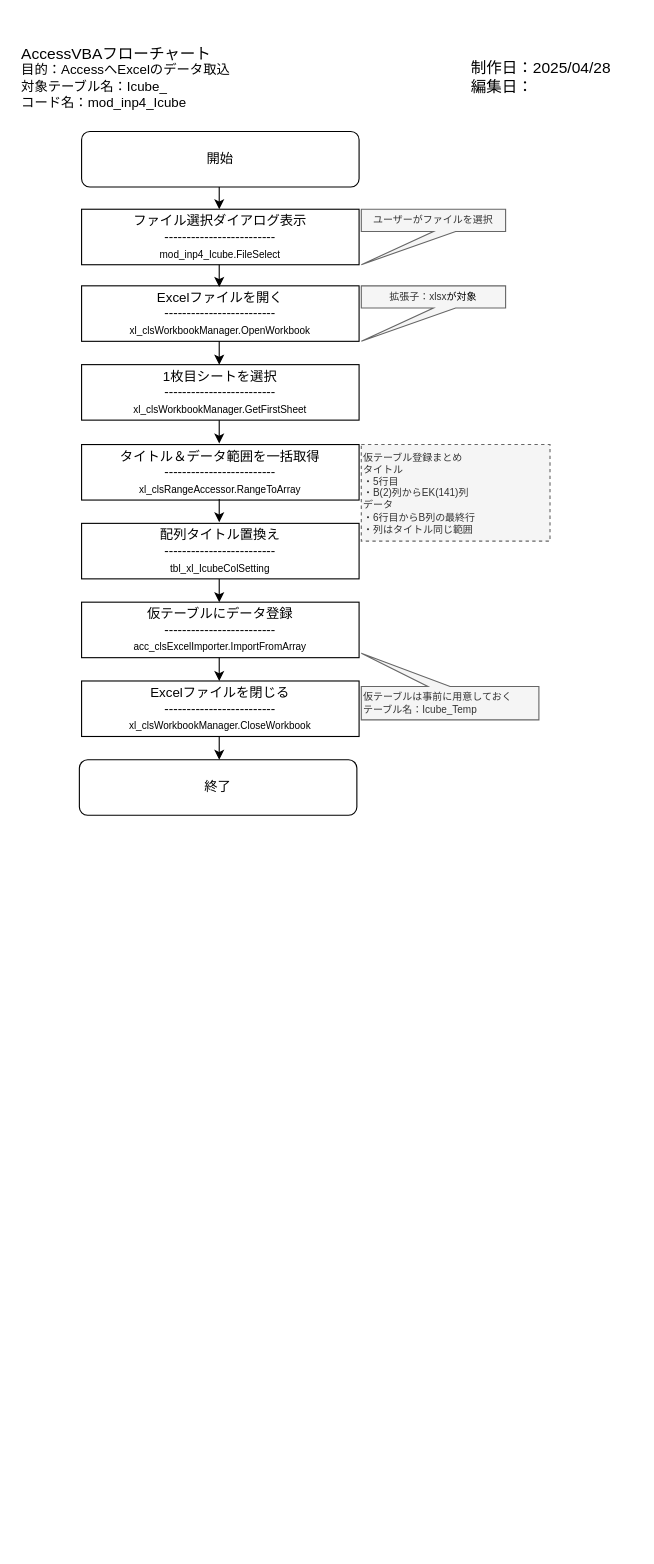
EZsystem/draw keeps this draw.io diagram as acc_Icube_xlImprt.drawio. Above is the earlier version. Source tidied: cells renumbered, new cells numbered last; positions are measured from the earlier drawing's top-left corner, leaving out a move shared by most shapes. Both pictures are drawn from the tidied source at 111%, with x=0, y=0 at pixel (19, 38).
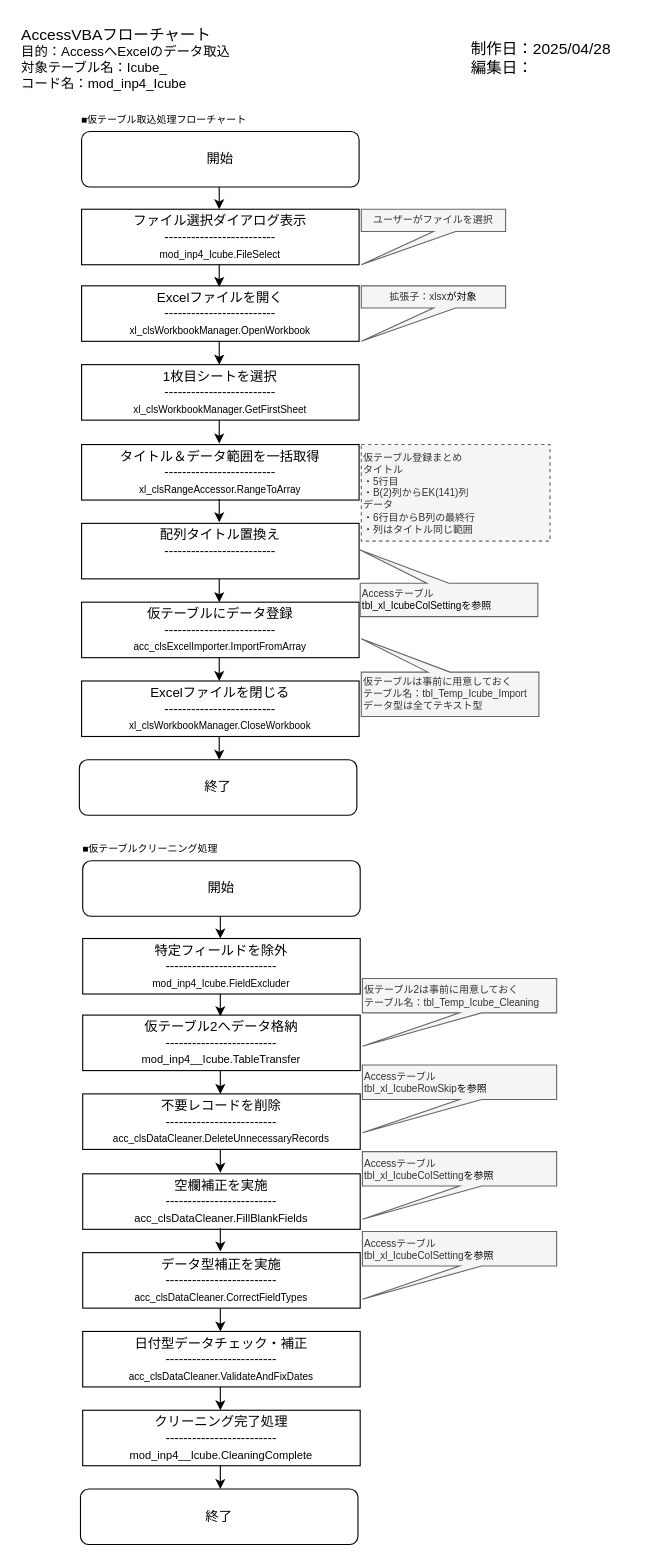
Above is the later version.

What changed in the source:
```diff
@@
+    <mxCell id="20" value="&lt;div&gt;&lt;font style=&quot;font-size: 14px;&quot;&gt;AccessVBAフローチャート&lt;/font&gt;&lt;/div&gt;目的：AccessへExcelのデータ取込&lt;div&gt;対象テーブル名：Icube_&lt;/div&gt;&lt;div&gt;コード名：mod_inp4_Icube&lt;/div&gt;" style="text;html=1;align=left;verticalAlign=middle;strokeColor=none;fillColor=none;" parent="1" vertex="1">
+      <mxGeometry y="-17" width="210" height="70" as="geometry" />
+    </mxCell>
+    <mxCell id="22" value="&lt;div&gt;&lt;span style=&quot;font-size: 14px;&quot;&gt;制作日：2025/04/28&lt;/span&gt;&lt;/div&gt;&lt;div&gt;&lt;span style=&quot;font-size: 14px;&quot;&gt;編集日：&lt;/span&gt;&lt;/div&gt;" style="text;html=1;align=left;verticalAlign=middle;strokeColor=none;fillColor=none;" parent="1" vertex="1">
+      <mxGeometry x="405" y="-7" width="150" height="50" as="geometry" />
+    </mxCell>
+    <mxCell id="25" value="開始" style="rounded=1;whiteSpace=wrap;html=1;" parent="1" vertex="1">
+      <mxGeometry x="57" y="741" width="250" height="50" as="geometry" />
+    </mxCell>
+    <mxCell id="26" value="&lt;div&gt;特定フィールドを除外&lt;/div&gt;&lt;div&gt;-------------------------&lt;/div&gt;&lt;div&gt;&lt;font style=&quot;font-size: 9px;&quot;&gt;mod_inp4_Icube.FieldExcluder&lt;/font&gt;&lt;/div&gt;" style="rounded=0;whiteSpace=wrap;html=1;" parent="1" vertex="1">
+      <mxGeometry x="57" y="811" width="250" height="50" as="geometry" />
+    </mxCell>
+    <mxCell id="27" value="&lt;div&gt;仮テーブル2へデータ格納&lt;/div&gt;&lt;div&gt;-------------------------&lt;/div&gt;&lt;div&gt;&lt;font size=&quot;1&quot;&gt;mod_inp4__Icube.TableTransfer&lt;/font&gt;&lt;/div&gt;" style="rounded=0;whiteSpace=wrap;html=1;" parent="1" vertex="1">
+      <mxGeometry x="57" y="880" width="250" height="50" as="geometry" />
+    </mxCell>
+    <mxCell id="28" value="&lt;div&gt;不要レコードを削除&lt;/div&gt;&lt;div&gt;-------------------------&lt;/div&gt;&lt;div&gt;&lt;font style=&quot;font-size: 9px;&quot;&gt;acc_clsDataCleaner.DeleteUnnecessaryRecords&lt;/font&gt;&lt;/div&gt;" style="rounded=0;whiteSpace=wrap;html=1;" parent="1" vertex="1">
+      <mxGeometry x="57" y="951" width="250" height="50" as="geometry" />
+    </mxCell>
+    <mxCell id="29" value="&lt;div&gt;空欄補正を実施&lt;/div&gt;&lt;div&gt;-------------------------&lt;/div&gt;&lt;div&gt;&lt;font size=&quot;1&quot;&gt;acc_clsDataCleaner.FillBlankFields&lt;/font&gt;&lt;/div&gt;" style="rounded=0;whiteSpace=wrap;html=1;" parent="1" vertex="1">
+      <mxGeometry x="57" y="1023" width="250" height="50" as="geometry" />
+    </mxCell>
+    <mxCell id="30" style="endArrow=classic;html=1;rounded=0;entryX=0.5;entryY=0;entryDx=0;entryDy=0;exitX=0.5;exitY=1;exitDx=0;exitDy=0;" parent="1" edge="1">
+      <mxGeometry relative="1" as="geometry">
+        <mxPoint x="181" y="861" as="sourcePoint" />
+        <mxPoint x="181" y="881" as="targetPoint" />
+      </mxGeometry>
+    </mxCell>
+    <mxCell id="31" value="&lt;div&gt;日付型データチェック・補正&lt;/div&gt;&lt;div&gt;&lt;span style=&quot;background-color: transparent; color: light-dark(rgb(0, 0, 0), rgb(255, 255, 255));&quot;&gt;-------------------------&lt;/span&gt;&lt;/div&gt;&lt;div&gt;&lt;font style=&quot;font-size: 9px;&quot;&gt;acc_clsDataCleaner.ValidateAndFixDates&lt;/font&gt;&lt;/div&gt;" style="rounded=0;whiteSpace=wrap;html=1;" parent="1" vertex="1">
+      <mxGeometry x="57" y="1165" width="250" height="50" as="geometry" />
+    </mxCell>
+    <mxCell id="32" value="&lt;div&gt;クリーニング完了処理&lt;/div&gt;&lt;div&gt;-------------------------&lt;/div&gt;&lt;div&gt;&lt;font size=&quot;1&quot;&gt;mod_inp4__Icube.CleaningComplete&lt;/font&gt;&lt;/div&gt;" style="rounded=0;whiteSpace=wrap;html=1;" parent="1" vertex="1">
+      <mxGeometry x="57" y="1236" width="250" height="50" as="geometry" />
+    </mxCell>
+    <mxCell id="33" value="終了" style="rounded=1;whiteSpace=wrap;html=1;" parent="1" vertex="1">
+      <mxGeometry x="55" y="1307" width="250" height="50" as="geometry" />
+    </mxCell>
+    <mxCell id="34" style="edgeStyle=orthogonalEdgeStyle;rounded=0;orthogonalLoop=1;jettySize=auto;html=1;" parent="1" edge="1">
+      <mxGeometry relative="1" as="geometry">
+        <mxPoint x="181" y="930" as="sourcePoint" />
+        <mxPoint x="181" y="951" as="targetPoint" />
+      </mxGeometry>
+    </mxCell>
+    <mxCell id="35" style="edgeStyle=orthogonalEdgeStyle;rounded=0;orthogonalLoop=1;jettySize=auto;html=1;" parent="1" edge="1">
+      <mxGeometry relative="1" as="geometry">
+        <mxPoint x="181" y="1001" as="sourcePoint" />
+        <mxPoint x="181" y="1022" as="targetPoint" />
+      </mxGeometry>
+    </mxCell>
+    <mxCell id="36" style="edgeStyle=orthogonalEdgeStyle;rounded=0;orthogonalLoop=1;jettySize=auto;html=1;" parent="1" edge="1">
+      <mxGeometry relative="1" as="geometry">
+        <mxPoint x="181" y="1144" as="sourcePoint" />
+        <mxPoint x="181" y="1165" as="targetPoint" />
+      </mxGeometry>
+    </mxCell>
+    <mxCell id="37" style="edgeStyle=orthogonalEdgeStyle;rounded=0;orthogonalLoop=1;jettySize=auto;html=1;" parent="1" edge="1">
+      <mxGeometry relative="1" as="geometry">
+        <mxPoint x="181" y="1215" as="sourcePoint" />
+        <mxPoint x="181" y="1236" as="targetPoint" />
+      </mxGeometry>
+    </mxCell>
+    <mxCell id="38" style="edgeStyle=orthogonalEdgeStyle;rounded=0;orthogonalLoop=1;jettySize=auto;html=1;" parent="1" edge="1">
+      <mxGeometry relative="1" as="geometry">
+        <mxPoint x="181" y="1286" as="sourcePoint" />
+        <mxPoint x="181" y="1307" as="targetPoint" />
+      </mxGeometry>
+    </mxCell>
+    <mxCell id="39" style="endArrow=classic;html=1;rounded=0;entryX=0.5;entryY=0;entryDx=0;entryDy=0;exitX=0.5;exitY=1;exitDx=0;exitDy=0;" parent="1" edge="1">
+      <mxGeometry relative="1" as="geometry">
+        <mxPoint x="181" y="791" as="sourcePoint" />
+        <mxPoint x="181" y="811" as="targetPoint" />
+      </mxGeometry>
+    </mxCell>
+    <mxCell id="40" value="&lt;div&gt;データ型補正を実施&lt;/div&gt;&lt;div&gt;-------------------------&lt;/div&gt;&lt;div&gt;&lt;font style=&quot;font-size: 9px;&quot;&gt;acc_clsDataCleaner.CorrectFieldTypes&lt;/font&gt;&lt;/div&gt;" style="rounded=0;whiteSpace=wrap;html=1;" parent="1" vertex="1">
+      <mxGeometry x="57" y="1094" width="250" height="50" as="geometry" />
+    </mxCell>
+    <mxCell id="41" style="edgeStyle=orthogonalEdgeStyle;rounded=0;orthogonalLoop=1;jettySize=auto;html=1;" parent="1" edge="1">
+      <mxGeometry relative="1" as="geometry">
+        <mxPoint x="181" y="1072" as="sourcePoint" />
+        <mxPoint x="181" y="1093" as="targetPoint" />
+      </mxGeometry>
+    </mxCell>
+    <mxCell id="42" value="&lt;div&gt;■仮テーブルクリーニング処理&lt;/div&gt;" style="text;html=1;align=left;verticalAlign=middle;strokeColor=none;fillColor=none;fontSize=9;" parent="1" vertex="1">
+      <mxGeometry x="55" y="721" width="150" height="20" as="geometry" />
+    </mxCell>
@@
-    <mxCell id="19" value="&lt;span&gt;仮テーブルは事前に用意しておく&lt;/span&gt;&lt;div&gt;&lt;span&gt;テーブル名：Icube_Temp&lt;/span&gt;&lt;/div&gt;" style="shape=callout;whiteSpace=wrap;html=1;perimeter=calloutPerimeter;position2=1;fillColor=#f5f5f5;strokeColor=#666666;direction=west;fontColor=#333333;fontSize=9;align=left;" parent="1" vertex="1">
-      <mxGeometry x="308" y="554" width="160" height="60" as="geometry" />
+    <mxCell id="19" value="&lt;span&gt;仮テーブルは事前に用意しておく&lt;/span&gt;&lt;div&gt;&lt;span&gt;テーブル名：&lt;/span&gt;&lt;span style=&quot;background-color: transparent;&quot;&gt;tbl_Temp_Icube_Import&lt;/span&gt;&lt;/div&gt;&lt;div&gt;データ型は全てテキスト型&lt;/div&gt;" style="shape=callout;whiteSpace=wrap;html=1;perimeter=calloutPerimeter;position2=1;fillColor=#f5f5f5;strokeColor=#666666;direction=west;fontColor=#333333;fontSize=9;align=left;" parent="1" vertex="1">
+      <mxGeometry x="308" y="541" width="160" height="70" as="geometry" />
     </mxCell>
-    <mxCell id="20" value="&lt;div&gt;&lt;font style=&quot;font-size: 14px;&quot;&gt;AccessVBAフローチャート&lt;/font&gt;&lt;/div&gt;目的：AccessへExcelのデータ取込&lt;div&gt;対象テーブル名：Icube_&lt;/div&gt;&lt;div&gt;コード名：mod_inp4_Icube&lt;/div&gt;" style="text;html=1;align=left;verticalAlign=middle;strokeColor=none;fillColor=none;" parent="1" vertex="1">
-      <mxGeometry width="210" height="70" as="geometry" />
-    </mxCell>
@@
-    <mxCell id="22" value="&lt;div&gt;&lt;span style=&quot;font-size: 14px;&quot;&gt;制作日：2025/04/28&lt;/span&gt;&lt;/div&gt;&lt;div&gt;&lt;span style=&quot;font-size: 14px;&quot;&gt;編集日：&lt;/span&gt;&lt;/div&gt;" style="text;html=1;align=left;verticalAlign=middle;strokeColor=none;fillColor=none;" parent="1" vertex="1">
-      <mxGeometry x="405" y="10" width="150" height="50" as="geometry" />
-    </mxCell>
-    <mxCell id="23" value="&lt;div&gt;配列タイトル置換え&lt;/div&gt;&lt;div&gt;-------------------------&lt;/div&gt;&lt;div&gt;&lt;font style=&quot;font-size: 9px;&quot;&gt;tbl_xl_IcubeColSetting&lt;/font&gt;&lt;/div&gt;" style="rounded=0;whiteSpace=wrap;html=1;" parent="1" vertex="1">
+    <mxCell id="23" value="&lt;div&gt;配列タイトル置換え&lt;/div&gt;&lt;div&gt;-------------------------&lt;/div&gt;&lt;div&gt;&lt;br&gt;&lt;/div&gt;" style="rounded=0;whiteSpace=wrap;html=1;" parent="1" vertex="1">
       <mxGeometry x="56" y="437" width="250" height="50" as="geometry" />
     </mxCell>
@@
+    <mxCell id="43" value="&lt;div&gt;■仮テーブル取込処理フローチャート&lt;/div&gt;" style="text;html=1;align=left;verticalAlign=middle;strokeColor=none;fillColor=none;fontSize=9;" parent="1" vertex="1">
+      <mxGeometry x="54" y="64" width="170" height="20" as="geometry" />
+    </mxCell>
+    <mxCell id="44" value="Accessテーブル&lt;div&gt;&lt;span style=&quot;color: rgb(0, 0, 0); text-align: center;&quot;&gt;tbl_xl_IcubeColSettingを参照&lt;/span&gt;&lt;/div&gt;" style="shape=callout;whiteSpace=wrap;html=1;perimeter=calloutPerimeter;position2=1;fillColor=#f5f5f5;strokeColor=#666666;direction=west;fontColor=#333333;fontSize=9;align=left;" parent="1" vertex="1">
+      <mxGeometry x="307" y="461" width="160" height="60" as="geometry" />
+    </mxCell>
+    <mxCell id="45" value="&lt;span style=&quot;&quot;&gt;仮テーブル2は事前に用意しておく&lt;/span&gt;&lt;div style=&quot;&quot;&gt;テーブル名：&lt;span style=&quot;background-color: transparent;&quot;&gt;tbl_Temp_Icube_Cleaning&lt;/span&gt;&lt;/div&gt;" style="shape=callout;whiteSpace=wrap;html=1;perimeter=calloutPerimeter;position2=0;fillColor=#f5f5f5;strokeColor=#666666;fontColor=#333333;fontSize=9;align=left;" parent="1" vertex="1">
+      <mxGeometry x="309" y="847" width="175" height="61" as="geometry" />
+    </mxCell>
+    <mxCell id="46" value="Accessテーブル&lt;br&gt;&lt;div&gt;&lt;span style=&quot;background-color: transparent;&quot;&gt;tbl_xl_IcubeRowSkip&lt;/span&gt;&lt;span style=&quot;color: light-dark(rgb(0, 0, 0), rgb(237, 237, 237)); text-align: center; background-color: transparent;&quot;&gt;を参照&lt;/span&gt;&lt;/div&gt;" style="shape=callout;whiteSpace=wrap;html=1;perimeter=calloutPerimeter;position2=0;fillColor=#f5f5f5;strokeColor=#666666;fontColor=#333333;fontSize=9;align=left;" parent="1" vertex="1">
+      <mxGeometry x="309" y="925" width="175" height="61" as="geometry" />
+    </mxCell>
+    <mxCell id="47" value="Accessテーブル&lt;br&gt;&lt;div&gt;&lt;span style=&quot;background-color: transparent;&quot;&gt;tbl_xl_IcubeColSetting&lt;/span&gt;&lt;span style=&quot;background-color: transparent; color: light-dark(rgb(0, 0, 0), rgb(237, 237, 237)); text-align: center;&quot;&gt;を参照&lt;/span&gt;&lt;/div&gt;" style="shape=callout;whiteSpace=wrap;html=1;perimeter=calloutPerimeter;position2=0;fillColor=#f5f5f5;strokeColor=#666666;fontColor=#333333;fontSize=9;align=left;" parent="1" vertex="1">
+      <mxGeometry x="309" y="1003" width="175" height="61" as="geometry" />
+    </mxCell>
+    <mxCell id="48" value="Accessテーブル&lt;br&gt;&lt;div&gt;&lt;span style=&quot;background-color: transparent;&quot;&gt;tbl_xl_IcubeColSetting&lt;/span&gt;&lt;span style=&quot;background-color: transparent; color: light-dark(rgb(0, 0, 0), rgb(237, 237, 237)); text-align: center;&quot;&gt;を参照&lt;/span&gt;&lt;/div&gt;" style="shape=callout;whiteSpace=wrap;html=1;perimeter=calloutPerimeter;position2=0;fillColor=#f5f5f5;strokeColor=#666666;fontColor=#333333;fontSize=9;align=left;" parent="1" vertex="1">
+      <mxGeometry x="309" y="1075" width="175" height="61" as="geometry" />
+    </mxCell>
```
